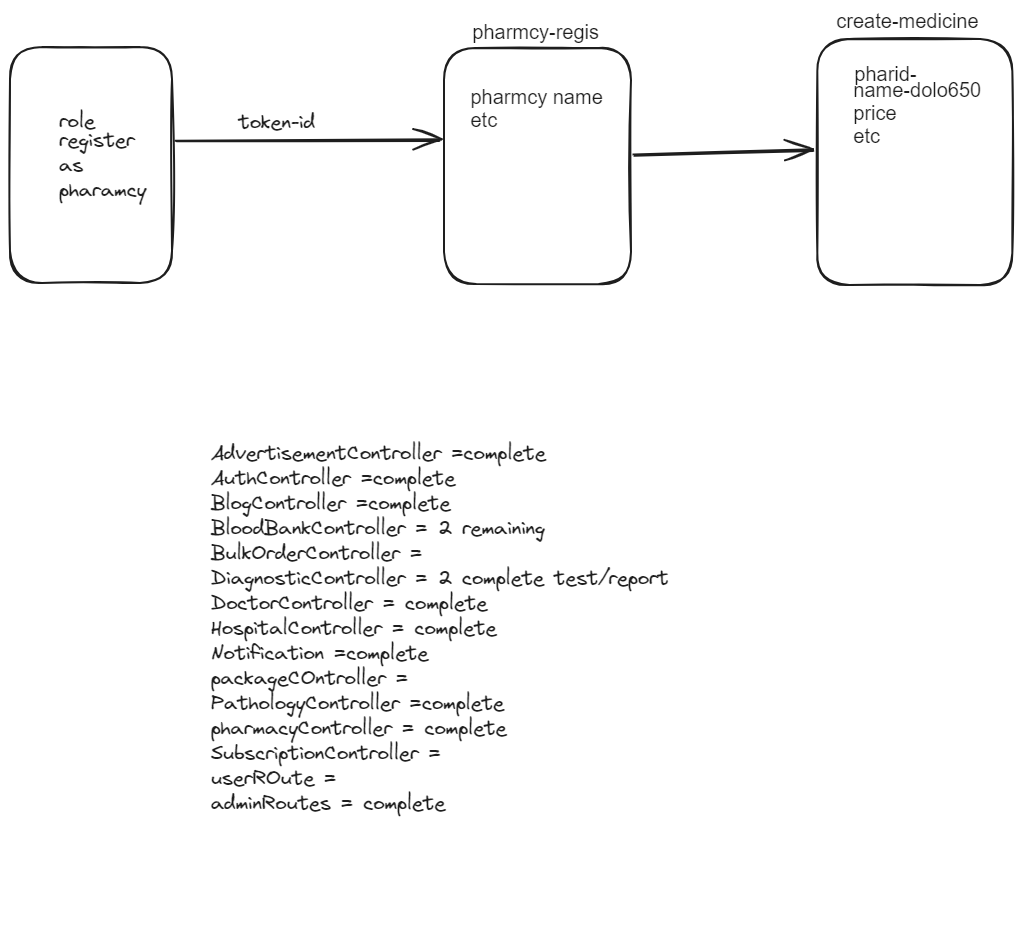
thefarhanahmad/hospital-server keeps this Excalidraw diagram as dr.excalidraw.png. Above is the earlier version. Source tidied: one line per element, renumbered; positions are measured from the earlier drawing's top-left corner, leaving out a move shared by most shapes.
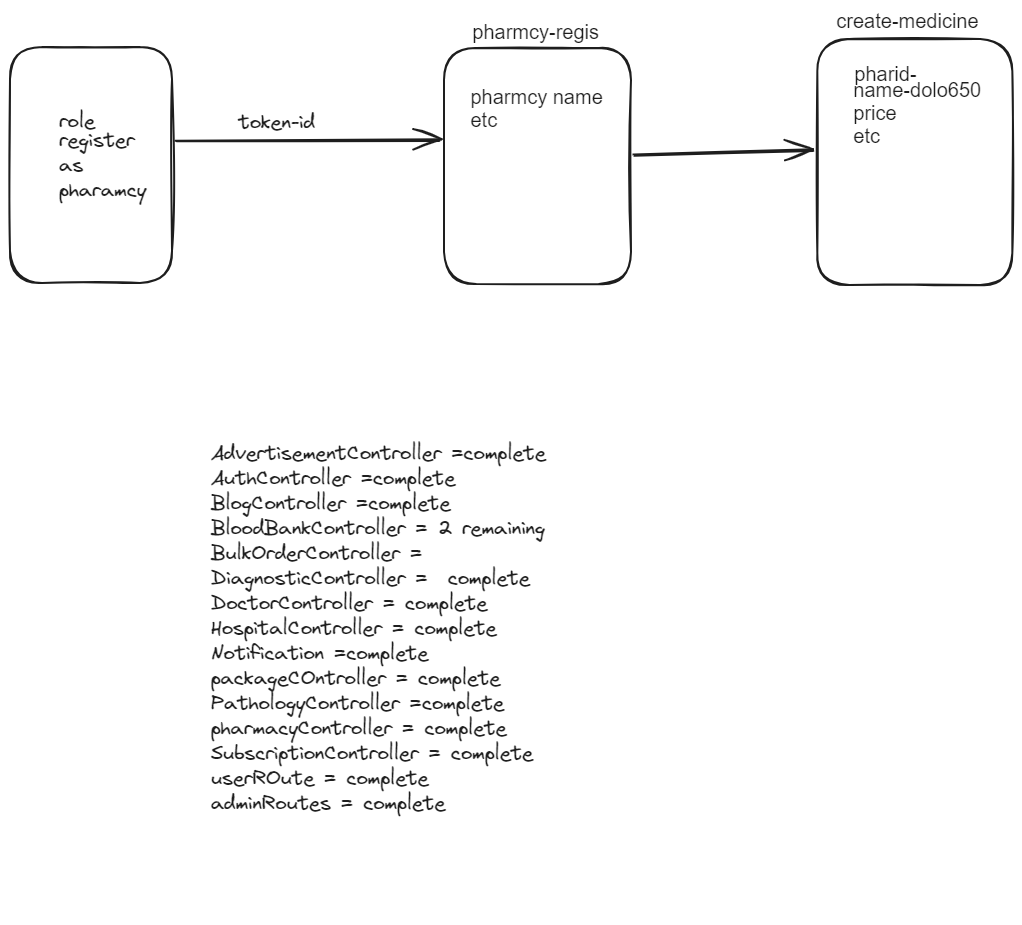
After the change.

What changed in the source:
```diff
@@ -11,4 +11,4 @@
 {"id": 10, "type": "text", "text": "create-medicine", "strokeColor": "#1e1e1e", "strokeWidth": 2, "roughness": 1, "fontSize": 20, "fontFamily": 2, "x": 826, "y": 0, "width": 142, "height": 23}
 {"id": 11, "type": "text", "text": "name-dolo650\nprice\netc", "strokeColor": "#1e1e1e", "strokeWidth": 2, "roughness": 1, "fontSize": 20, "fontFamily": 2, "x": 843, "y": 69, "width": 128, "height": 69}
 {"id": 12, "type": "text", "text": "pharid-", "strokeColor": "#1e1e1e", "strokeWidth": 2, "roughness": 1, "fontSize": 20, "fontFamily": 2, "x": 844, "y": 53, "width": 62, "height": 23}
-{"id": 13, "type": "text", "text": "AdvertisementController =complete\nAuthController =complete\nBlogController =complete\nBloodBankController = 2 remaining\nBulkOrderController = \nDiagnosticController = 2 complete test/report\nDoctorController = complete\nHospitalController = complete\nNotification =complete\npackageCOntroller = \nPathologyController =complete\npharmacyController = complete\nSubscriptionController =\nuserROute = \nadminRoutes = complete\n\n\n\n", "strokeColor": "#1e1e1e", "strokeWidth": 2, "roughness": 1, "fontSize": 20, "fontFamily": 1, "x": 201, "y": 430, "width": 458, "height": 475}
+{"id": 13, "type": "text", "text": "AdvertisementController =complete\nAuthController =complete\nBlogController =complete\nBloodBankController = 2 remaining\nBulkOrderController = \nDiagnosticController =  complete\nDoctorController = complete\nHospitalController = complete\nNotification =complete\npackageCOntroller = complete\nPathologyController =complete\npharmacyController = complete\nSubscriptionController = complete\nuserROute = complete\nadminRoutes = complete\n\n\n\n", "strokeColor": "#1e1e1e", "strokeWidth": 2, "roughness": 1, "fontSize": 20, "fontFamily": 1, "x": 201, "y": 430, "width": 335, "height": 475}
```
